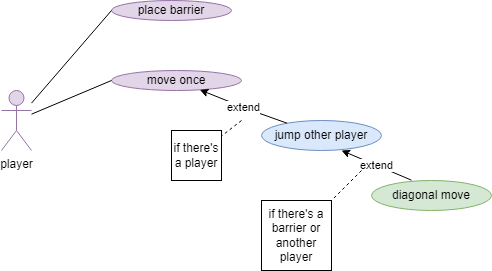
The draw.io diagram Diagrams/UseCaseDiagram/UseCaseDiagram.drawio.png in guillermfr/CYPath, before a commit. Source tidied: cells renumbered, new cells last; positions are measured from the earlier drawing's top-left corner, leaving out a move shared by most shapes. The source it was exported from:
```xml
<mxGraphModel>
  <root>
    <mxCell id="0" />
    <mxCell id="1" parent="0" />
    <mxCell id="2" value="player" style="shape=umlActor;verticalLabelPosition=bottom;verticalAlign=top;html=1;outlineConnect=0;fillColor=#e1d5e7;strokeColor=#9673a6;" parent="1" vertex="1">
      <mxGeometry y="90" width="30" height="60" as="geometry" />
    </mxCell>
    <mxCell id="3" value="place barrier" style="ellipse;whiteSpace=wrap;html=1;fillColor=#e1d5e7;strokeColor=#9673a6;" parent="1" vertex="1">
      <mxGeometry x="110" width="120" height="20" as="geometry" />
    </mxCell>
    <mxCell id="4" value="move once" style="ellipse;whiteSpace=wrap;html=1;fillColor=#e1d5e7;strokeColor=#9673a6;" parent="1" vertex="1">
      <mxGeometry x="110" y="70" width="130" height="20" as="geometry" />
    </mxCell>
    <mxCell id="5" value="jump other player" style="ellipse;whiteSpace=wrap;html=1;fillColor=#dae8fc;strokeColor=#6c8ebf;" parent="1" vertex="1">
      <mxGeometry x="260" y="120" width="120" height="30" as="geometry" />
    </mxCell>
    <mxCell id="6" value="diagonal move" style="ellipse;whiteSpace=wrap;html=1;fillColor=#d5e8d4;strokeColor=#82b366;" parent="1" vertex="1">
      <mxGeometry x="370" y="180" width="120" height="30" as="geometry" />
    </mxCell>
    <mxCell id="7" style="endArrow=classic;html=1;rounded=0;" parent="1" edge="1" source="5" target="4">
      <mxGeometry relative="1" as="geometry">
        <Array as="points">
          <mxPoint x="250" y="110" />
        </Array>
      </mxGeometry>
    </mxCell>
    <mxCell id="8" value="extend" style="edgeLabel;html=1;align=center;verticalAlign=middle;" parent="7" vertex="1">
      <mxGeometry relative="1" as="geometry" />
    </mxCell>
    <mxCell id="9" style="endArrow=classic;html=1;rounded=0;exitX=0.333;exitY=-0.011;exitDx=0;exitDy=0;exitPerimeter=0;" parent="1" edge="1" source="6">
      <mxGeometry relative="1" as="geometry">
        <mxPoint x="340" y="150" as="targetPoint" />
      </mxGeometry>
    </mxCell>
    <mxCell id="10" value="extend" style="edgeLabel;html=1;align=center;verticalAlign=middle;" parent="9" vertex="1">
      <mxGeometry relative="1" as="geometry" />
    </mxCell>
    <mxCell id="11" value="if there's a barrier or another player" style="whiteSpace=wrap;html=1;" parent="1" vertex="1">
      <mxGeometry x="260" y="200" width="70" height="70" as="geometry" />
    </mxCell>
    <mxCell id="12" value="if there's a player" style="whiteSpace=wrap;html=1;" parent="1" vertex="1">
      <mxGeometry x="170" y="130" width="50" height="50" as="geometry" />
    </mxCell>
    <mxCell id="13" style="endArrow=none;dashed=1;html=1;rounded=0;" parent="1" edge="1" target="12">
      <mxGeometry relative="1" as="geometry">
        <mxPoint x="240" y="120" as="sourcePoint" />
      </mxGeometry>
    </mxCell>
    <mxCell id="14" style="endArrow=none;dashed=1;html=1;rounded=0;" parent="1" edge="1" target="11">
      <mxGeometry relative="1" as="geometry">
        <mxPoint x="360" y="170" as="sourcePoint" />
      </mxGeometry>
    </mxCell>
    <mxCell id="15" style="endArrow=none;html=1;rounded=0;" parent="1" edge="1" source="2">
      <mxGeometry relative="1" as="geometry">
        <mxPoint x="110" y="10" as="targetPoint" />
      </mxGeometry>
    </mxCell>
    <mxCell id="16" style="endArrow=none;html=1;rounded=0;entryX=0;entryY=0.5;entryDx=0;entryDy=0;" parent="1" edge="1" source="2" target="4">
      <mxGeometry relative="1" as="geometry" />
    </mxCell>
  </root>
</mxGraphModel>
```
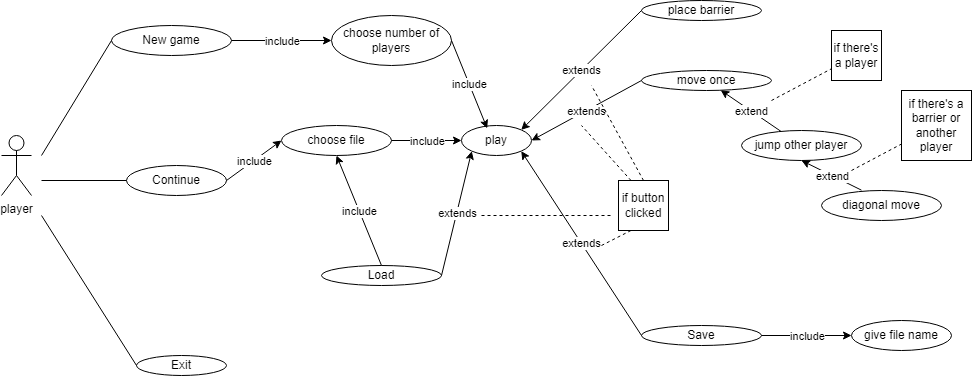
Above is the later version.

The edit, as a diff of the source:
```diff
@@ -2,62 +2,178 @@
   <root>
     <mxCell id="0" />
     <mxCell id="1" parent="0" />
-    <mxCell id="2" value="player" style="shape=umlActor;verticalLabelPosition=bottom;verticalAlign=top;html=1;outlineConnect=0;fillColor=#e1d5e7;strokeColor=#9673a6;" parent="1" vertex="1">
+    <mxCell id="2" value="player" style="shape=umlActor;verticalLabelPosition=bottom;verticalAlign=top;html=1;outlineConnect=0;" parent="1" vertex="1">
       <mxGeometry y="90" width="30" height="60" as="geometry" />
     </mxCell>
-    <mxCell id="3" value="place barrier" style="ellipse;whiteSpace=wrap;html=1;fillColor=#e1d5e7;strokeColor=#9673a6;" parent="1" vertex="1">
-      <mxGeometry x="110" width="120" height="20" as="geometry" />
+    <mxCell id="3" value="place barrier" style="ellipse;whiteSpace=wrap;html=1;" parent="1" vertex="1">
+      <mxGeometry x="640" y="-45" width="120" height="20" as="geometry" />
     </mxCell>
-    <mxCell id="4" value="move once" style="ellipse;whiteSpace=wrap;html=1;fillColor=#e1d5e7;strokeColor=#9673a6;" parent="1" vertex="1">
-      <mxGeometry x="110" y="70" width="130" height="20" as="geometry" />
+    <mxCell id="4" value="move once" style="ellipse;whiteSpace=wrap;html=1;" parent="1" vertex="1">
+      <mxGeometry x="640" y="25" width="130" height="20" as="geometry" />
     </mxCell>
-    <mxCell id="5" value="jump other player" style="ellipse;whiteSpace=wrap;html=1;fillColor=#dae8fc;strokeColor=#6c8ebf;" parent="1" vertex="1">
-      <mxGeometry x="260" y="120" width="120" height="30" as="geometry" />
+    <mxCell id="5" value="jump other player" style="ellipse;whiteSpace=wrap;html=1;" parent="1" vertex="1">
+      <mxGeometry x="740" y="85" width="120" height="30" as="geometry" />
     </mxCell>
-    <mxCell id="6" value="diagonal move" style="ellipse;whiteSpace=wrap;html=1;fillColor=#d5e8d4;strokeColor=#82b366;" parent="1" vertex="1">
-      <mxGeometry x="370" y="180" width="120" height="30" as="geometry" />
+    <mxCell id="6" value="diagonal move" style="ellipse;whiteSpace=wrap;html=1;" parent="1" vertex="1">
+      <mxGeometry x="820" y="145" width="120" height="30" as="geometry" />
     </mxCell>
     <mxCell id="7" style="endArrow=classic;html=1;rounded=0;" parent="1" edge="1" source="5" target="4">
-      <mxGeometry relative="1" as="geometry">
-        <Array as="points">
-          <mxPoint x="250" y="110" />
-        </Array>
-      </mxGeometry>
+      <mxGeometry relative="1" as="geometry" />
     </mxCell>
     <mxCell id="8" value="extend" style="edgeLabel;html=1;align=center;verticalAlign=middle;" parent="7" vertex="1">
       <mxGeometry relative="1" as="geometry" />
     </mxCell>
-    <mxCell id="9" style="endArrow=classic;html=1;rounded=0;exitX=0.333;exitY=-0.011;exitDx=0;exitDy=0;exitPerimeter=0;" parent="1" edge="1" source="6">
-      <mxGeometry relative="1" as="geometry">
-        <mxPoint x="340" y="150" as="targetPoint" />
-      </mxGeometry>
+    <mxCell id="9" style="endArrow=classic;html=1;rounded=0;exitX=0.333;exitY=-0.011;exitDx=0;exitDy=0;exitPerimeter=0;entryX=0.5;entryY=1;entryDx=0;entryDy=0;" parent="1" edge="1" source="6" target="5">
+      <mxGeometry relative="1" as="geometry" />
     </mxCell>
     <mxCell id="10" value="extend" style="edgeLabel;html=1;align=center;verticalAlign=middle;" parent="9" vertex="1">
       <mxGeometry relative="1" as="geometry" />
     </mxCell>
     <mxCell id="11" value="if there's a barrier or another player" style="whiteSpace=wrap;html=1;" parent="1" vertex="1">
-      <mxGeometry x="260" y="200" width="70" height="70" as="geometry" />
+      <mxGeometry x="900" y="45" width="70" height="70" as="geometry" />
     </mxCell>
     <mxCell id="12" value="if there's a player" style="whiteSpace=wrap;html=1;" parent="1" vertex="1">
-      <mxGeometry x="170" y="130" width="50" height="50" as="geometry" />
+      <mxGeometry x="830" y="-15" width="50" height="50" as="geometry" />
     </mxCell>
     <mxCell id="13" style="endArrow=none;dashed=1;html=1;rounded=0;" parent="1" edge="1" target="12">
       <mxGeometry relative="1" as="geometry">
-        <mxPoint x="240" y="120" as="sourcePoint" />
+        <mxPoint x="770" y="55" as="sourcePoint" />
       </mxGeometry>
     </mxCell>
     <mxCell id="14" style="endArrow=none;dashed=1;html=1;rounded=0;" parent="1" edge="1" target="11">
       <mxGeometry relative="1" as="geometry">
-        <mxPoint x="360" y="170" as="sourcePoint" />
+        <mxPoint x="850" y="125" as="sourcePoint" />
       </mxGeometry>
     </mxCell>
-    <mxCell id="15" style="endArrow=none;html=1;rounded=0;" parent="1" edge="1" source="2">
-      <mxGeometry relative="1" as="geometry">
-        <mxPoint x="110" y="10" as="targetPoint" />
-      </mxGeometry>
-    </mxCell>
-    <mxCell id="16" style="endArrow=none;html=1;rounded=0;entryX=0;entryY=0.5;entryDx=0;entryDy=0;" parent="1" edge="1" source="2" target="4">
-      <mxGeometry relative="1" as="geometry" />
-    </mxCell>
+    <mxCell id="17" value="Save" style="ellipse;whiteSpace=wrap;html=1;" parent="1" vertex="1">
+      <mxGeometry x="640" y="280" width="120" height="20" as="geometry" />
+    </mxCell>
+    <mxCell id="18" value="Load" style="ellipse;whiteSpace=wrap;html=1;" parent="1" vertex="1">
+      <mxGeometry x="320" y="220" width="120" height="20" as="geometry" />
+    </mxCell>
+    <mxCell id="19" value="New game" style="ellipse;whiteSpace=wrap;html=1;" parent="1" vertex="1">
+      <mxGeometry x="110" y="-20" width="120" height="30" as="geometry" />
+    </mxCell>
+    <mxCell id="20" value="Exit" style="ellipse;whiteSpace=wrap;html=1;" parent="1" vertex="1">
+      <mxGeometry x="135" y="310" width="90" height="20" as="geometry" />
+    </mxCell>
+    <mxCell id="21" style="endArrow=none;html=1;rounded=0;entryX=0;entryY=0.5;entryDx=0;entryDy=0;" parent="1" edge="1" target="20">
+      <mxGeometry relative="1" as="geometry">
+        <mxPoint x="40" y="170" as="sourcePoint" />
+      </mxGeometry>
+    </mxCell>
+    <mxCell id="22" style="endArrow=none;html=1;rounded=0;entryX=0;entryY=0.5;entryDx=0;entryDy=0;" parent="1" edge="1" target="19">
+      <mxGeometry relative="1" as="geometry">
+        <mxPoint x="40" y="110" as="sourcePoint" />
+      </mxGeometry>
+    </mxCell>
+    <mxCell id="23" value="choose number of players" style="ellipse;whiteSpace=wrap;html=1;" parent="1" vertex="1">
+      <mxGeometry x="330" y="-30" width="120" height="50" as="geometry" />
+    </mxCell>
+    <mxCell id="24" style="endArrow=classic;html=1;rounded=0;exitX=1;exitY=0.5;exitDx=0;exitDy=0;entryX=0;entryY=0.5;entryDx=0;entryDy=0;" parent="1" edge="1" source="19" target="23">
+      <mxGeometry relative="1" as="geometry" />
+    </mxCell>
+    <mxCell id="25" value="include" style="edgeLabel;html=1;align=center;verticalAlign=middle;" parent="24" vertex="1">
+      <mxGeometry relative="1" as="geometry" />
+    </mxCell>
+    <mxCell id="26" value="play" style="ellipse;whiteSpace=wrap;html=1;" parent="1" vertex="1">
+      <mxGeometry x="460" y="80" width="70" height="30" as="geometry" />
+    </mxCell>
+    <mxCell id="27" style="endArrow=classic;html=1;rounded=0;exitX=1;exitY=0.5;exitDx=0;exitDy=0;entryX=0.367;entryY=0.095;entryDx=0;entryDy=0;entryPerimeter=0;" parent="1" edge="1" source="23" target="26">
+      <mxGeometry relative="1" as="geometry" />
+    </mxCell>
+    <mxCell id="28" value="include" style="edgeLabel;html=1;align=center;verticalAlign=middle;" parent="27" vertex="1">
+      <mxGeometry relative="1" as="geometry" />
+    </mxCell>
+    <mxCell id="29" style="endArrow=classic;html=1;rounded=0;exitX=0;exitY=0.5;exitDx=0;exitDy=0;entryX=1;entryY=0;entryDx=0;entryDy=0;" parent="1" edge="1" source="3" target="26">
+      <mxGeometry relative="1" as="geometry" />
+    </mxCell>
+    <mxCell id="30" value="&lt;div&gt;extends&lt;/div&gt;" style="edgeLabel;html=1;align=center;verticalAlign=middle;" parent="29" vertex="1">
+      <mxGeometry relative="1" as="geometry" />
+    </mxCell>
+    <mxCell id="31" style="endArrow=classic;html=1;rounded=0;exitX=0;exitY=0.5;exitDx=0;exitDy=0;entryX=1;entryY=0.5;entryDx=0;entryDy=0;" parent="1" edge="1" source="4" target="26">
+      <mxGeometry relative="1" as="geometry" />
+    </mxCell>
+    <mxCell id="32" value="extends" style="edgeLabel;html=1;align=center;verticalAlign=middle;" parent="31" vertex="1">
+      <mxGeometry relative="1" as="geometry" />
+    </mxCell>
+    <mxCell id="33" style="endArrow=classic;html=1;rounded=0;exitX=0;exitY=0.5;exitDx=0;exitDy=0;entryX=1;entryY=1;entryDx=0;entryDy=0;" parent="1" edge="1" source="17" target="26">
+      <mxGeometry relative="1" as="geometry" />
+    </mxCell>
+    <mxCell id="34" value="extends" style="edgeLabel;html=1;align=center;verticalAlign=middle;" parent="33" vertex="1">
+      <mxGeometry relative="1" as="geometry" />
+    </mxCell>
+    <mxCell id="35" style="endArrow=classic;html=1;rounded=0;entryX=0;entryY=1;entryDx=0;entryDy=0;exitX=1;exitY=0.5;exitDx=0;exitDy=0;" parent="1" edge="1" source="18" target="26">
+      <mxGeometry relative="1" as="geometry" />
+    </mxCell>
+    <mxCell id="36" value="extends" style="edgeLabel;html=1;align=center;verticalAlign=middle;" parent="35" vertex="1">
+      <mxGeometry relative="1" as="geometry" />
+    </mxCell>
+    <mxCell id="37" value="give file name" style="ellipse;whiteSpace=wrap;html=1;" parent="1" vertex="1">
+      <mxGeometry x="850" y="275" width="100" height="30" as="geometry" />
+    </mxCell>
+    <mxCell id="38" style="endArrow=classic;html=1;rounded=0;entryX=0;entryY=0.5;entryDx=0;entryDy=0;exitX=1;exitY=0.5;exitDx=0;exitDy=0;" parent="1" edge="1" source="17" target="37">
+      <mxGeometry relative="1" as="geometry">
+        <Array as="points">
+          <mxPoint x="790" y="290" />
+        </Array>
+      </mxGeometry>
+    </mxCell>
+    <mxCell id="39" value="&lt;div&gt;include&lt;/div&gt;" style="edgeLabel;html=1;align=center;verticalAlign=middle;" parent="38" vertex="1">
+      <mxGeometry relative="1" as="geometry" />
+    </mxCell>
+    <mxCell id="40" value="Continue" style="ellipse;whiteSpace=wrap;html=1;" parent="1" vertex="1">
+      <mxGeometry x="125" y="120" width="100" height="30" as="geometry" />
+    </mxCell>
+    <mxCell id="41" value="choose file" style="ellipse;whiteSpace=wrap;html=1;" parent="1" vertex="1">
+      <mxGeometry x="280" y="80" width="110" height="30" as="geometry" />
+    </mxCell>
+    <mxCell id="42" style="endArrow=classic;html=1;rounded=0;exitX=1;exitY=0.5;exitDx=0;exitDy=0;entryX=0;entryY=0.5;entryDx=0;entryDy=0;" parent="1" edge="1" source="40" target="41">
+      <mxGeometry relative="1" as="geometry" />
+    </mxCell>
+    <mxCell id="43" value="include" style="edgeLabel;html=1;align=center;verticalAlign=middle;" parent="42" vertex="1">
+      <mxGeometry relative="1" as="geometry" />
+    </mxCell>
+    <mxCell id="44" style="endArrow=none;html=1;rounded=0;exitX=0;exitY=0.5;exitDx=0;exitDy=0;" parent="1" edge="1" source="40">
+      <mxGeometry relative="1" as="geometry">
+        <mxPoint x="40" y="135" as="targetPoint" />
+      </mxGeometry>
+    </mxCell>
+    <mxCell id="45" style="endArrow=classic;html=1;rounded=0;exitX=1;exitY=0.5;exitDx=0;exitDy=0;entryX=0;entryY=0.5;entryDx=0;entryDy=0;" parent="1" edge="1" source="41" target="26">
+      <mxGeometry relative="1" as="geometry" />
+    </mxCell>
+    <mxCell id="46" value="include" style="edgeLabel;html=1;align=center;verticalAlign=middle;" parent="45" vertex="1">
+      <mxGeometry relative="1" as="geometry" />
+    </mxCell>
+    <mxCell id="47" style="endArrow=classic;html=1;rounded=0;exitX=0.5;exitY=0;exitDx=0;exitDy=0;entryX=0.5;entryY=1;entryDx=0;entryDy=0;" parent="1" edge="1" source="18" target="41">
+      <mxGeometry relative="1" as="geometry" />
+    </mxCell>
+    <mxCell id="48" value="&lt;div&gt;include&lt;/div&gt;" style="edgeLabel;html=1;align=center;verticalAlign=middle;" parent="47" vertex="1">
+      <mxGeometry relative="1" as="geometry" />
+    </mxCell>
+    <mxCell id="49" value="if button clicked" style="whiteSpace=wrap;html=1;" parent="1" vertex="1">
+      <mxGeometry x="617" y="135" width="50" height="50" as="geometry" />
+    </mxCell>
+    <mxCell id="50" style="endArrow=none;dashed=1;html=1;rounded=0;" parent="1" edge="1">
+      <mxGeometry relative="1" as="geometry">
+        <mxPoint x="480" y="170" as="sourcePoint" />
+        <mxPoint x="610" y="170" as="targetPoint" />
+      </mxGeometry>
+    </mxCell>
+    <mxCell id="51" style="endArrow=none;dashed=1;html=1;rounded=0;entryX=0.25;entryY=1;entryDx=0;entryDy=0;" parent="1" edge="1" target="49">
+      <mxGeometry relative="1" as="geometry">
+        <mxPoint x="600" y="200" as="sourcePoint" />
+      </mxGeometry>
+    </mxCell>
+    <mxCell id="52" style="endArrow=none;dashed=1;html=1;rounded=0;exitX=0.25;exitY=0;exitDx=0;exitDy=0;" parent="1" edge="1" source="49">
+      <mxGeometry relative="1" as="geometry">
+        <mxPoint x="580" y="80" as="targetPoint" />
+      </mxGeometry>
+    </mxCell>
+    <mxCell id="53" style="endArrow=none;dashed=1;html=1;rounded=0;exitX=0.5;exitY=0;exitDx=0;exitDy=0;" parent="1" edge="1" source="49">
+      <mxGeometry relative="1" as="geometry">
+        <mxPoint x="590" y="40" as="targetPoint" />
+      </mxGeometry>
+    </mxCell>
   </root>
 </mxGraphModel>
```
